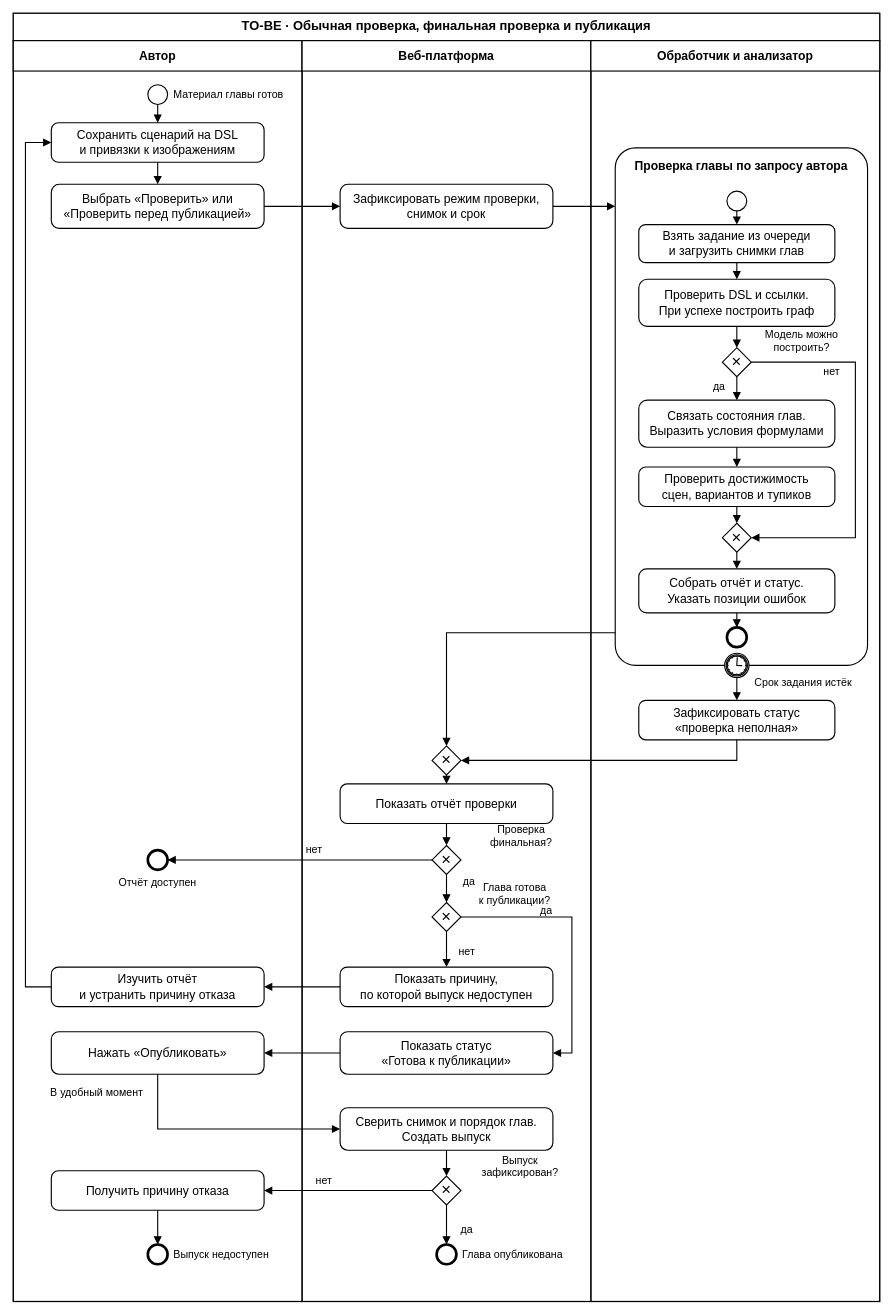
This is assets/to-be.drawio from paltovkletku/s7_vkr, a draw.io file, before an edit. Source tidied: cells renumbered, new cells numbered last; positions are measured from the earlier drawing's top-left corner, leaving out a move shared by most shapes. Both pictures are drawn from the tidied source at 76%, with x=0, y=0 at pixel (13, 13).
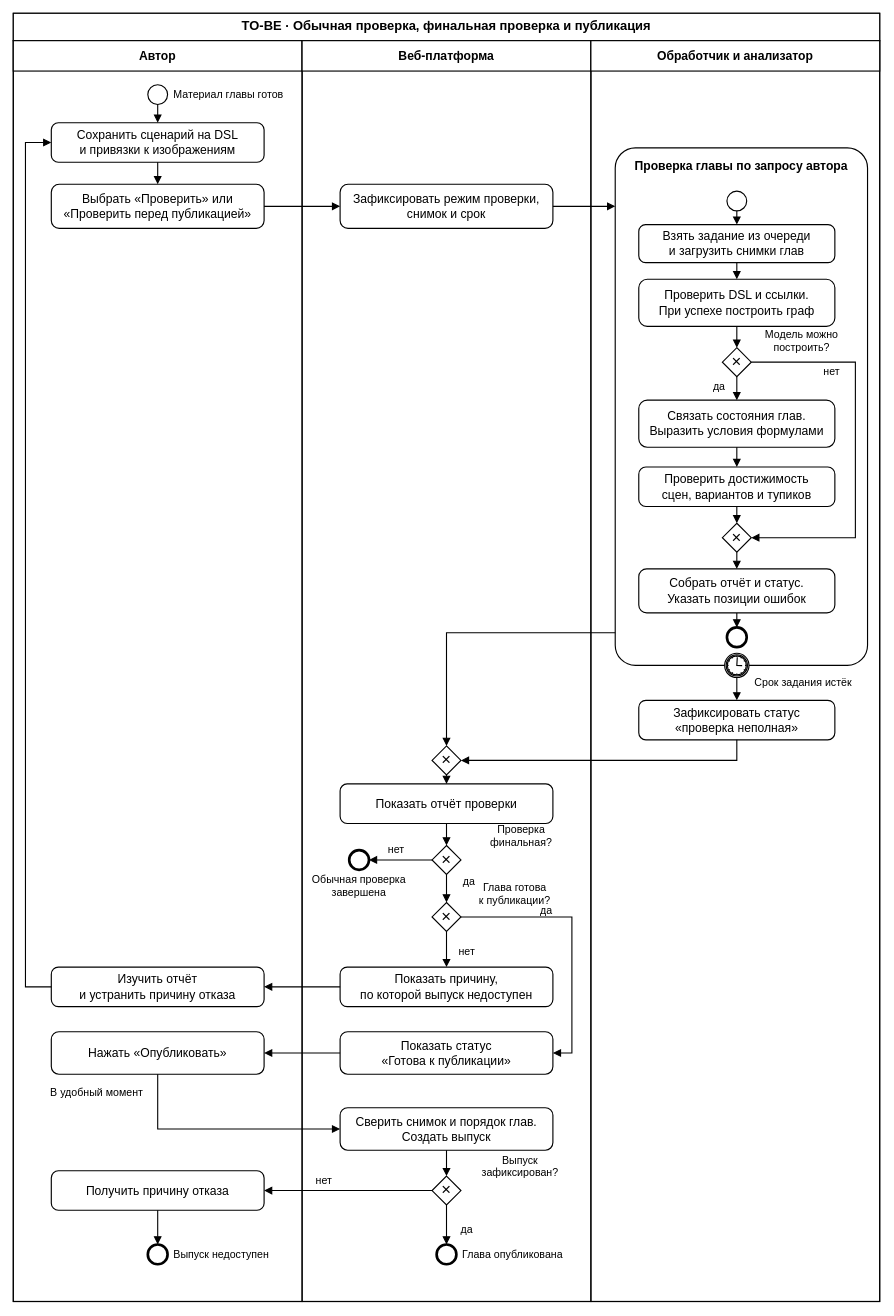
The same diagram, later.

Commit message (it also covers changes not shown here):
Уточнить завершение обычной проверки на TO-BE

Diff of the diagram source:
```diff
@@
     <mxCell id="36" style="html=1;whiteSpace=wrap;strokeWidth=1.5;fontSize=16;fontFamily=Arial;fontColor=#000000;strokeColor=#000000;fillColor=#ffffff;ellipse;perimeter=ellipsePerimeter;strokeWidth=3.5;" parent="1" vertex="1">
-      <mxGeometry x="177" y="1101" width="26" height="26" as="geometry" />
+      <mxGeometry x="442" y="1101" width="26" height="26" as="geometry" />
     </mxCell>
-    <mxCell id="37" value="Отчёт доступен" style="html=1;whiteSpace=wrap;strokeWidth=1.5;fontSize=16;fontFamily=Arial;fontColor=#000000;strokeColor=#000000;fillColor=#ffffff;text;strokeColor=none;fillColor=none;align=center;verticalAlign=middle;fontSize=14;" parent="1" vertex="1">
-      <mxGeometry x="98" y="1131" width="184" height="25" as="geometry" />
+    <mxCell id="37" value="Обычная проверка&lt;br&gt;завершена" style="html=1;whiteSpace=wrap;strokeWidth=1.5;fontSize=16;fontFamily=Arial;fontColor=#000000;strokeColor=#000000;fillColor=#ffffff;text;strokeColor=none;fillColor=none;align=center;verticalAlign=middle;fontSize=14;" parent="1" vertex="1">
+      <mxGeometry x="384" y="1130" width="142" height="35" as="geometry" />
     </mxCell>
     <mxCell id="38" value="нет" style="html=1;whiteSpace=wrap;strokeWidth=1.5;fontSize=16;fontFamily=Arial;fontColor=#000000;strokeColor=#000000;fillColor=#ffffff;text;strokeColor=none;fillColor=none;align=center;verticalAlign=middle;fontSize=14;" parent="1" vertex="1">
-      <mxGeometry x="370" y="1090" width="52" height="22" as="geometry" />
+      <mxGeometry x="478" y="1090" width="52" height="22" as="geometry" />
     </mxCell>
```
